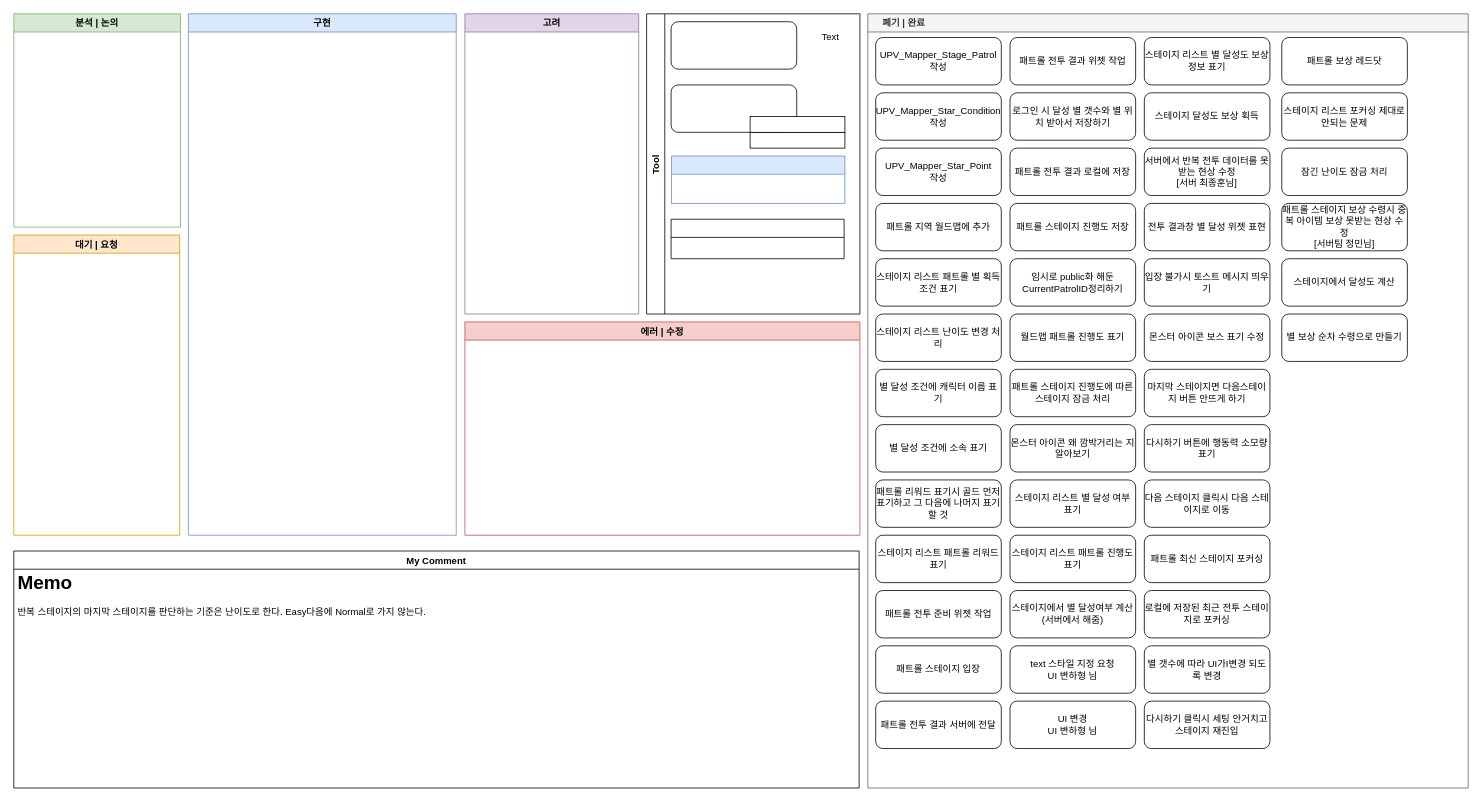
The draw.io diagram 반복 스테이지 진행상황.drawio in Endorr/Job-Board, before the edit. Source tidied: cells renumbered, new cells numbered last; positions are measured from the earlier drawing's top-left corner, leaving out a move shared by most shapes. Both pictures are drawn from the tidied source at 79%, with x=0, y=0 at pixel (13, 13).
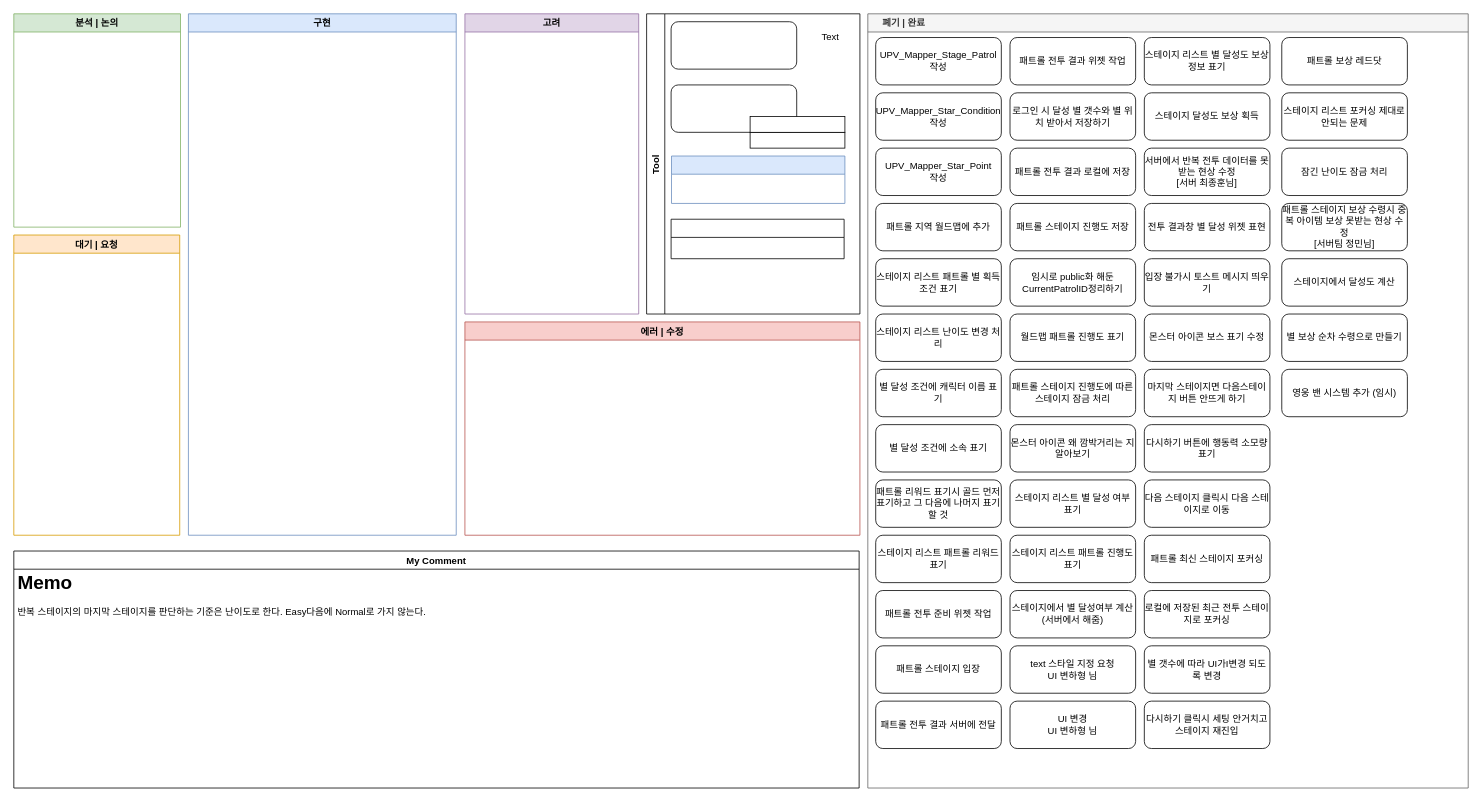
Above is the later version.

Commit message:
Update 반복 스테이지 진행상황.drawio

The change refers to these unchanged cells:
```xml
<mxCell id="7" value="     폐기 | 완료" style="swimlane;strokeColor=#666666;fillColor=#f5f5f5;fontColor=#333333;align=left;" parent="1" vertex="1">
  <mxGeometry x="1081" width="760" height="980" as="geometry" />
</mxCell>
```

Diff of the diagram source:
```diff
@@
+    <mxCell id="64" value="영웅 밴 시스템 추가 (임시)" style="rounded=1;whiteSpace=wrap;html=1;" parent="7" vertex="1">
+      <mxGeometry x="524" y="450" width="159" height="60" as="geometry" />
+    </mxCell>
```
